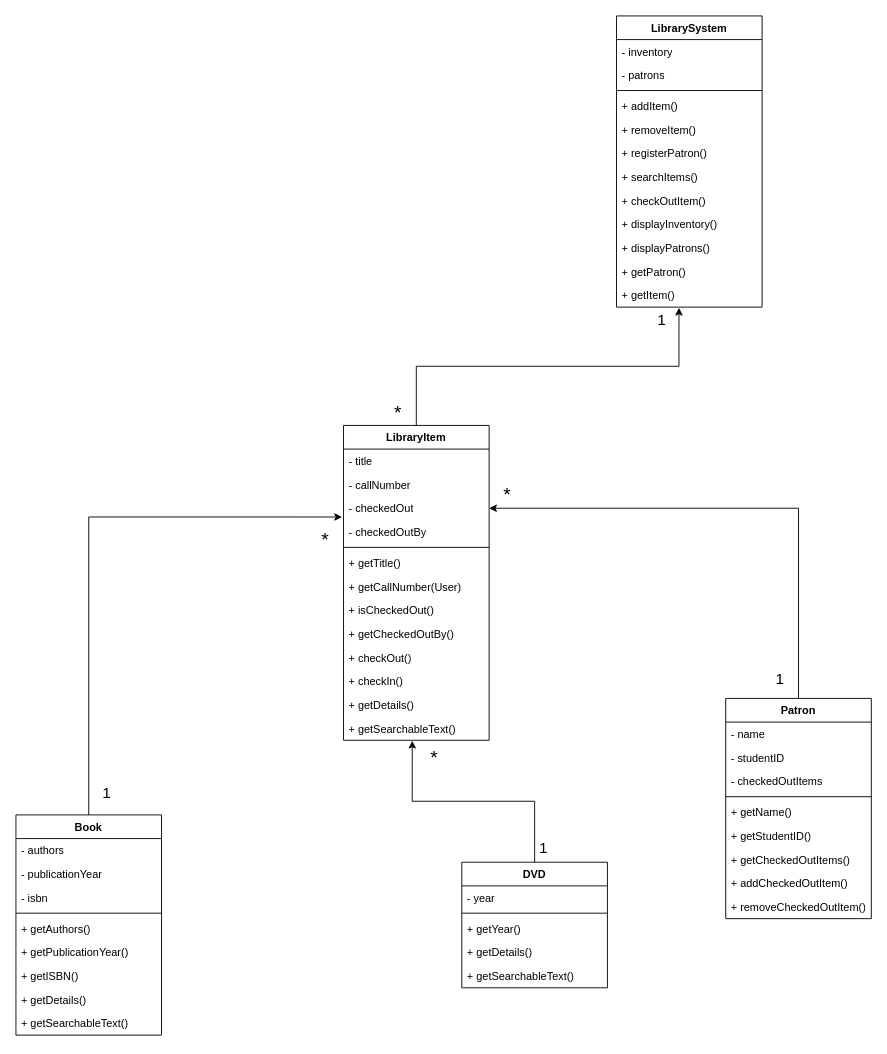
Earlier version of the draw.io diagram Lab-5/Brook library UML.drawio (orchlonn/CS-380). Source tidied: cells renumbered, new cells numbered last; positions are measured from the earlier drawing's top-left corner, leaving out a move shared by most shapes. Both pictures are drawn from the tidied source at 91%, with x=0, y=0 at pixel (15, 15).
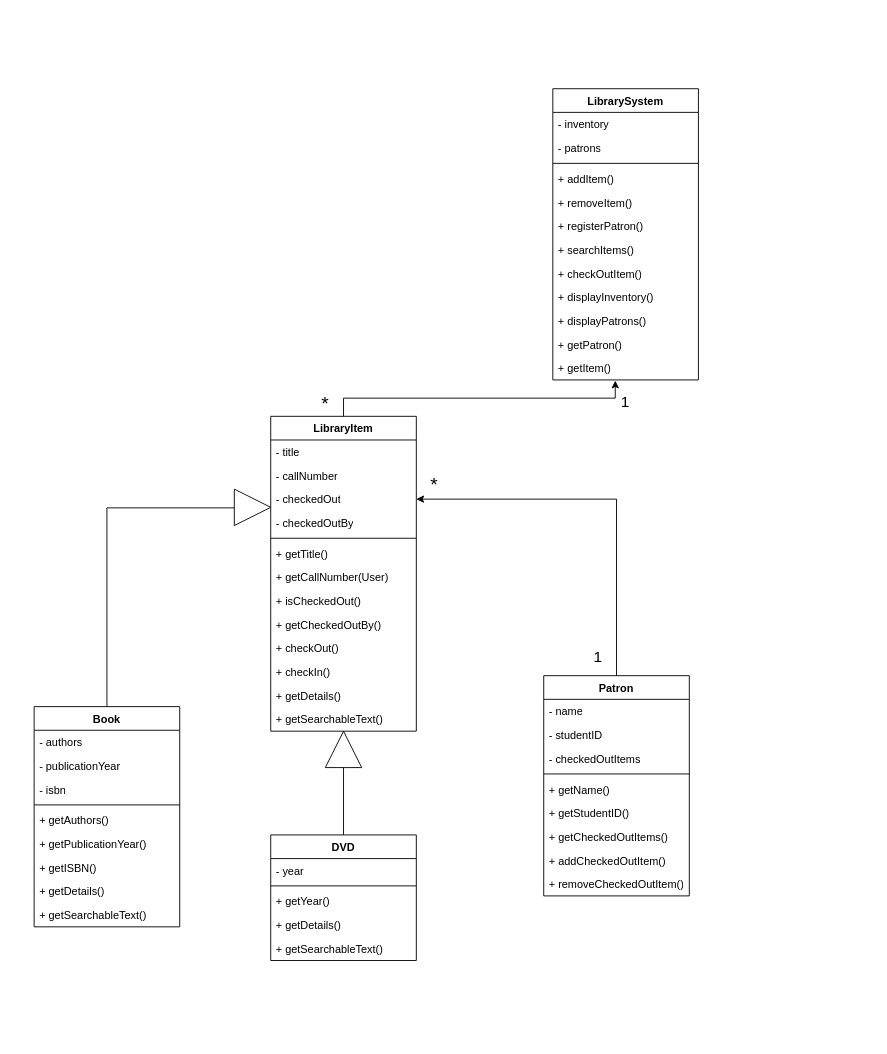
Above is the later version.

The change refers to these unchanged cells:
```xml
<mxCell id="15" value="+ getSearchableText()" style="text;strokeColor=none;fillColor=none;align=left;verticalAlign=top;spacingLeft=4;spacingRight=4;overflow=hidden;points=[[0,0.5],[1,0.5]];portConstraint=eastwest;whiteSpace=wrap;html=1;" parent="2" vertex="1">
  <mxGeometry y="320" width="160" height="26" as="geometry" />
</mxCell>
```

The edit, as a diff of the source:
```diff
@@
     <mxCell id="2" value="LibraryItem" style="swimlane;fontStyle=1;align=center;verticalAlign=top;horizontal=1;startSize=26;whiteSpace=wrap;html=1;" parent="1" vertex="1">
-      <mxGeometry x="360" y="450" width="160" height="346" as="geometry" />
+      <mxGeometry x="280" y="440" width="160" height="346" as="geometry" />
     </mxCell>
@@
     <mxCell id="16" value="Book" style="swimlane;fontStyle=1;align=center;verticalAlign=top;horizontal=1;startSize=26;whiteSpace=wrap;html=1;" parent="1" vertex="1">
-      <mxGeometry y="878" width="160" height="242" as="geometry" />
+      <mxGeometry x="20" y="759" width="160" height="242" as="geometry" />
     </mxCell>
@@
     <mxCell id="26" value="DVD" style="swimlane;fontStyle=1;align=center;verticalAlign=top;horizontal=1;startSize=26;whiteSpace=wrap;html=1;" parent="1" vertex="1">
-      <mxGeometry x="490" y="930" width="160" height="138" as="geometry" />
+      <mxGeometry x="280" y="900" width="160" height="138" as="geometry" />
     </mxCell>
@@
     <mxCell id="32" value="LibrarySystem" style="swimlane;fontStyle=1;align=center;verticalAlign=top;horizontal=1;startSize=26;whiteSpace=wrap;html=1;" parent="1" vertex="1">
-      <mxGeometry x="660" width="160" height="320" as="geometry" />
+      <mxGeometry x="590" y="80" width="160" height="320" as="geometry" />
     </mxCell>
@@
     <mxCell id="46" value="Patron" style="swimlane;fontStyle=1;align=center;verticalAlign=top;horizontal=1;startSize=26;whiteSpace=wrap;html=1;" parent="1" vertex="1">
-      <mxGeometry x="780" y="750" width="160" height="242" as="geometry" />
+      <mxGeometry x="580" y="725" width="160" height="242" as="geometry" />
     </mxCell>
@@
-    <mxCell id="57" style="edgeStyle=orthogonalEdgeStyle;rounded=0;jettySize=auto;html=1;entryX=0.472;entryY=1.02;entryDx=0;entryDy=0;entryPerimeter=0;" parent="1" edge="1" source="26" target="15">
-      <mxGeometry relative="1" as="geometry" />
-    </mxCell>
@@
     <mxCell id="59" value="&lt;font style=&quot;font-size: 21px;&quot;&gt;*&lt;/font&gt;" style="text;html=1;whiteSpace=wrap;strokeColor=none;fillColor=none;align=center;verticalAlign=middle;rounded=0;" parent="1" vertex="1">
-      <mxGeometry x="390" y="420" width="60" height="30" as="geometry" />
+      <mxGeometry x="310" y="410" width="60" height="30" as="geometry" />
     </mxCell>
     <mxCell id="60" value="&lt;font style=&quot;font-size: 21px;&quot;&gt;*&lt;/font&gt;" style="text;html=1;whiteSpace=wrap;strokeColor=none;fillColor=none;align=center;verticalAlign=middle;rounded=0;" parent="1" vertex="1">
-      <mxGeometry x="510" y="510" width="60" height="30" as="geometry" />
+      <mxGeometry x="430" y="500" width="60" height="30" as="geometry" />
     </mxCell>
-    <mxCell id="61" value="&lt;font style=&quot;font-size: 21px;&quot;&gt;*&lt;/font&gt;" style="text;html=1;whiteSpace=wrap;strokeColor=none;fillColor=none;align=center;verticalAlign=middle;rounded=0;" parent="1" vertex="1">
-      <mxGeometry x="430" y="800" width="60" height="30" as="geometry" />
-    </mxCell>
-    <mxCell id="62" value="&lt;font style=&quot;font-size: 21px;&quot;&gt;*&lt;/font&gt;" style="text;html=1;whiteSpace=wrap;strokeColor=none;fillColor=none;align=center;verticalAlign=middle;rounded=0;" parent="1" vertex="1">
-      <mxGeometry x="310" y="560" width="60" height="30" as="geometry" />
-    </mxCell>
-    <mxCell id="63" value="&lt;font style=&quot;font-size: 17px;&quot;&gt;1&lt;/font&gt;" style="text;html=1;whiteSpace=wrap;strokeColor=none;fillColor=none;align=center;verticalAlign=middle;rounded=0;" parent="1" vertex="1">
-      <mxGeometry x="680" y="320" width="60" height="30" as="geometry" />
-    </mxCell>
     <mxCell id="64" value="&lt;font style=&quot;font-size: 17px;&quot;&gt;1&lt;/font&gt;" style="text;html=1;whiteSpace=wrap;strokeColor=none;fillColor=none;align=center;verticalAlign=middle;rounded=0;" parent="1" vertex="1">
-      <mxGeometry x="810" y="715" width="60" height="30" as="geometry" />
+      <mxGeometry x="610" y="690" width="60" height="30" as="geometry" />
     </mxCell>
-    <mxCell id="65" value="&lt;font style=&quot;font-size: 17px;&quot;&gt;1&lt;/font&gt;" style="text;html=1;whiteSpace=wrap;strokeColor=none;fillColor=none;align=center;verticalAlign=middle;rounded=0;" parent="1" vertex="1">
-      <mxGeometry x="550" y="900" width="60" height="30" as="geometry" />
-    </mxCell>
-    <mxCell id="66" value="&lt;font style=&quot;font-size: 17px;&quot;&gt;1&lt;/font&gt;" style="text;html=1;whiteSpace=wrap;strokeColor=none;fillColor=none;align=center;verticalAlign=middle;rounded=0;" parent="1" vertex="1">
-      <mxGeometry x="70" y="840" width="60" height="30" as="geometry" />
-    </mxCell>
+    <mxCell id="67" value="&lt;font style=&quot;font-size: 17px;&quot;&gt;1&lt;/font&gt;" style="text;html=1;whiteSpace=wrap;strokeColor=none;fillColor=none;align=center;verticalAlign=middle;rounded=0;" parent="1" vertex="1">
+      <mxGeometry x="640" y="410" width="60" height="30" as="geometry" />
+    </mxCell>
+    <mxCell id="68" style="triangle;whiteSpace=wrap;html=1;" parent="1" vertex="1">
+      <mxGeometry x="240" y="520" width="40" height="40" as="geometry" />
+    </mxCell>
+    <mxCell id="69" style="verticalLabelPosition=bottom;verticalAlign=top;html=1;shape=mxgraph.basic.acute_triangle;dx=0.5;gradientColor=none;fillColor=default;" parent="1" vertex="1">
+      <mxGeometry x="340" y="786" width="40" height="40" as="geometry" />
+    </mxCell>
+    <mxCell id="70" style="endArrow=none;html=1;rounded=0;exitX=0.5;exitY=0;exitDx=0;exitDy=0;entryX=0.5;entryY=1;entryDx=0;entryDy=0;entryPerimeter=0;" parent="1" edge="1" source="26" target="69">
+      <mxGeometry relative="1" as="geometry" />
+    </mxCell>
```
